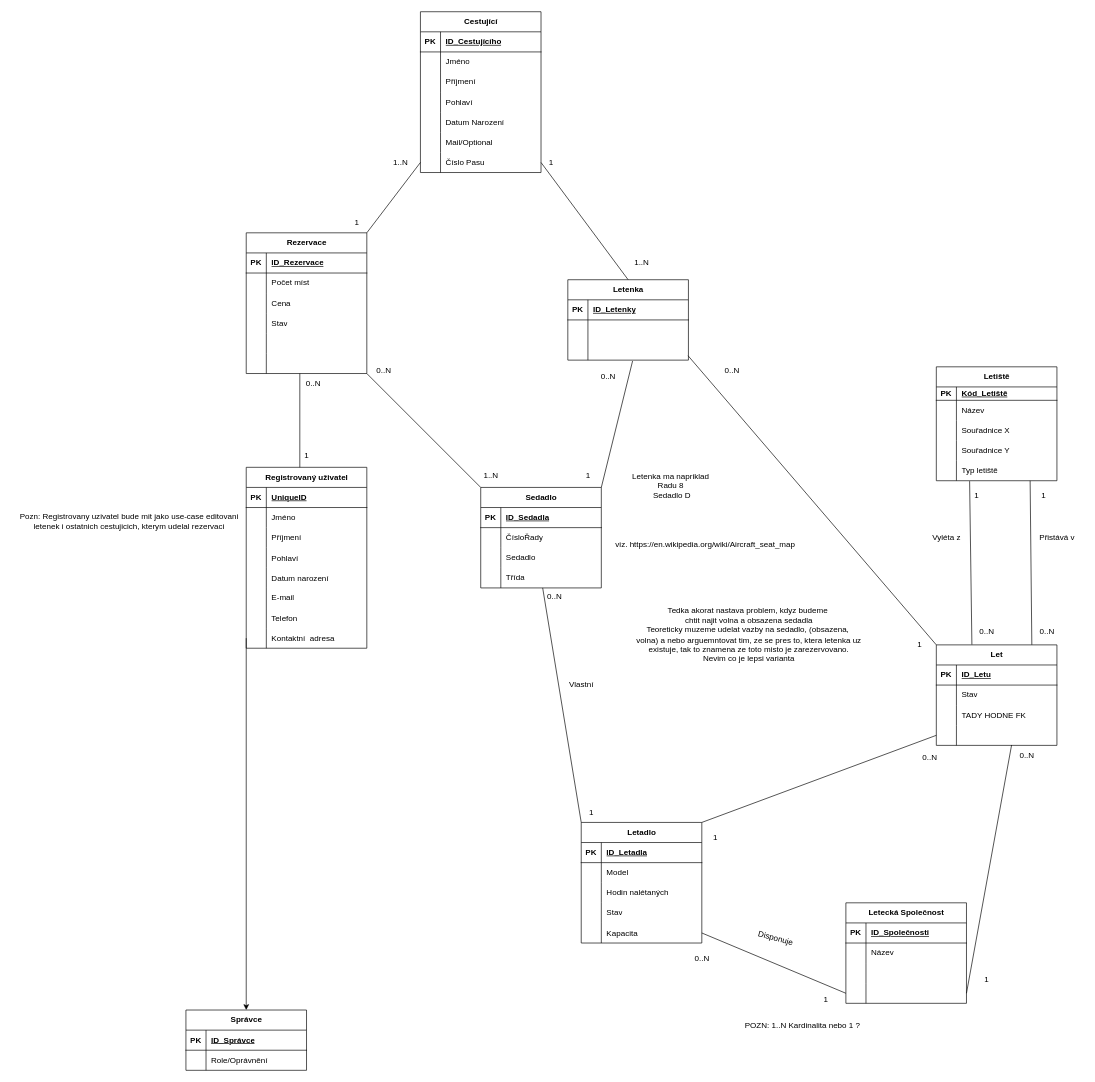
Earlier version of the draw.io diagram ER.drawio (Vacko32/IDSProject). Source tidied: cells renumbered, new cells numbered last; positions are measured from the earlier drawing's top-left corner, leaving out a move shared by most shapes. Both pictures are drawn from the tidied source at 67%, with x=0, y=0 at pixel (11, 11).
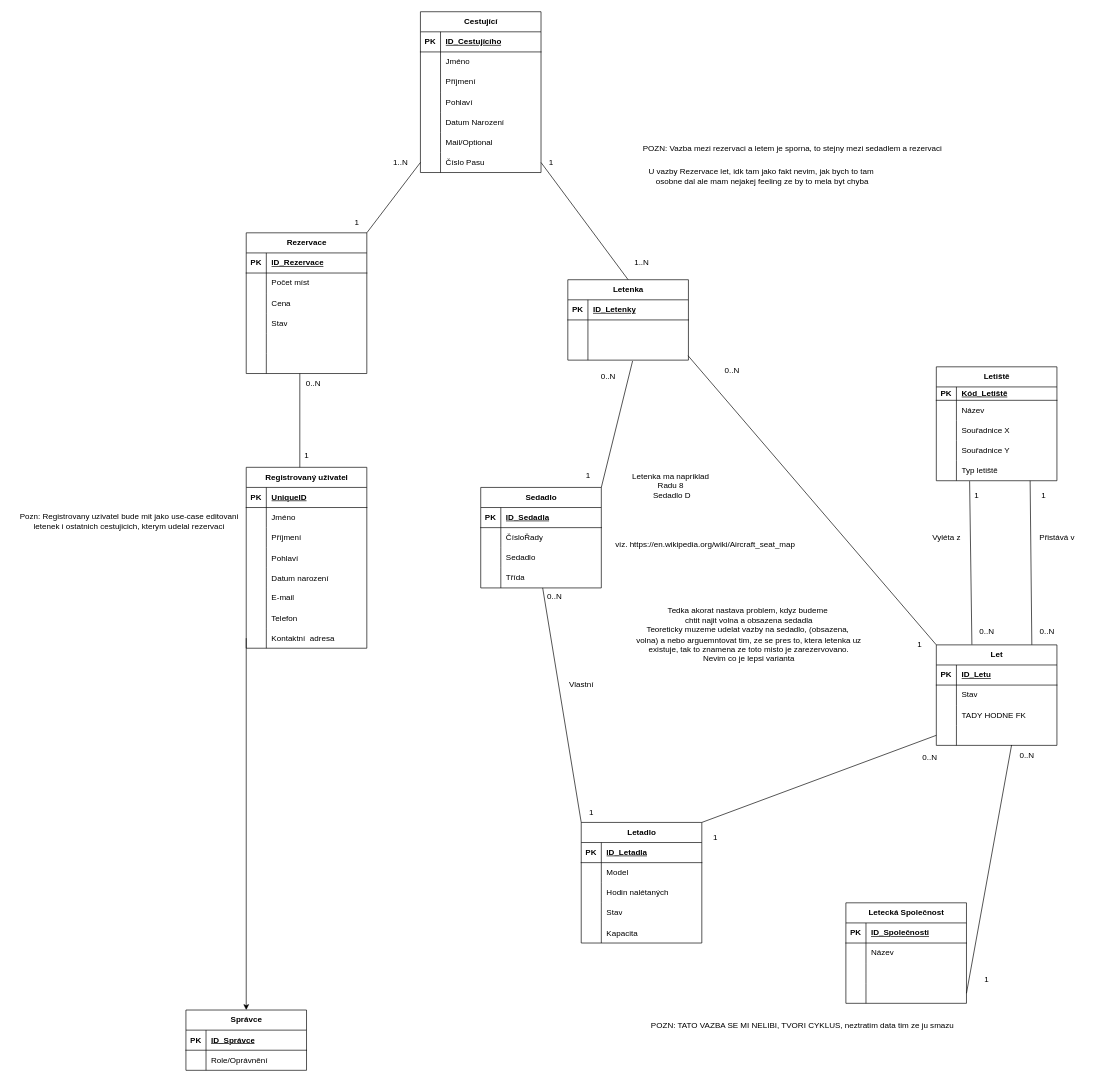
Above is the later version.

Commit message:
Deleted linkage between "Rezervace" and "Sedadlo"

Unchanged cells that the change refers to:
```xml
<mxCell id="22" style="shape=tableRow;horizontal=0;startSize=0;swimlaneHead=0;swimlaneBody=0;fillColor=none;points=[[0,0.5],[1,0.5]];portConstraint=eastwest;top=0;left=0;right=0;bottom=0;" parent="12" vertex="1">
  <mxGeometry y="120" width="180" height="30" as="geometry" />
</mxCell>
<mxCell id="38" style="shape=tableRow;horizontal=0;startSize=0;swimlaneHead=0;swimlaneBody=0;fillColor=none;points=[[0,0.5],[1,0.5]];portConstraint=eastwest;top=0;left=0;right=0;bottom=0;" parent="25" vertex="1">
  <mxGeometry y="150" width="180" height="30" as="geometry" />
</mxCell>
<mxCell id="154" value="Sedadlo" style="shape=table;startSize=30;childLayout=tableLayout;rowLines=0;fontStyle=1;align=center;html=1;" parent="1" vertex="1">
  <mxGeometry x="700" y="710" width="180" height="150" as="geometry" />
</mxCell>
```

What changed in the source:
```diff
@@
-    <mxCell id="147" style="endArrow=none;html=1;rounded=0;entryX=0;entryY=0.5;entryDx=0;entryDy=0;exitX=1;exitY=0.5;exitDx=0;exitDy=0;" parent="1" edge="1" source="38" target="22">
-      <mxGeometry relative="1" as="geometry" />
-    </mxCell>
-    <mxCell id="148" value="Disponuje" style="text;html=1;align=center;verticalAlign=middle;strokeColor=none;fillColor=none;rotation=15;" parent="1" vertex="1">
-      <mxGeometry x="1100" y="1368" width="80" height="30" as="geometry" />
-    </mxCell>
-    <mxCell id="149" value="0..N" style="text;html=1;align=center;verticalAlign=middle;strokeColor=none;fillColor=none;" parent="1" vertex="1">
-      <mxGeometry x="1005" y="1398" width="50" height="30" as="geometry" />
-    </mxCell>
-    <mxCell id="150" value="1" style="text;html=1;align=center;verticalAlign=middle;strokeColor=none;fillColor=none;" parent="1" vertex="1">
-      <mxGeometry x="1200" y="1460" width="30" height="30" as="geometry" />
-    </mxCell>
-    <mxCell id="151" value="POZN: 1..N Kardinalita nebo 1 ?" style="text;html=1;align=center;verticalAlign=middle;strokeColor=none;fillColor=none;" parent="1" vertex="1">
-      <mxGeometry x="1080" y="1498" width="200" height="30" as="geometry" />
+    <mxCell id="151" value="POZN: TATO VAZBA SE MI NELIBI, TVORI CYKLUS, neztratim data tim ze ju smazu" style="text;html=1;align=center;verticalAlign=middle;strokeColor=none;fillColor=none;" parent="1" vertex="1">
+      <mxGeometry x="940" y="1498" width="480" height="30" as="geometry" />
     </mxCell>
@@
-    <mxCell id="167" style="endArrow=none;html=1;rounded=0;entryX=0;entryY=0;entryDx=0;entryDy=0;" parent="1" edge="1" target="154">
-      <mxGeometry relative="1" as="geometry">
-        <mxPoint x="530" y="540" as="sourcePoint" />
-      </mxGeometry>
-    </mxCell>
@@
-    <mxCell id="200" value="&lt;blockquote style=&quot;margin: 0 0 0 40px; border: none; padding: 0px;&quot;&gt;0..N&lt;/blockquote&gt;" style="text;html=1;align=center;verticalAlign=middle;strokeColor=none;fillColor=none;" parent="1" vertex="1">
-      <mxGeometry x="490" y="520" width="90" height="30" as="geometry" />
-    </mxCell>
-    <mxCell id="201" value="1..N" style="text;html=1;align=center;verticalAlign=middle;strokeColor=none;fillColor=none;" parent="1" vertex="1">
-      <mxGeometry x="690" y="678" width="50" height="30" as="geometry" />
-    </mxCell>
+    <mxCell id="202" value="POZN: Vazba mezi rezervaci a letem je sporna, to stejny mezi sedadlem a rezervaci&lt;br&gt;" style="text;html=1;align=center;verticalAlign=middle;strokeColor=none;fillColor=none;" parent="1" vertex="1">
+      <mxGeometry x="930" y="190" width="470" height="30" as="geometry" />
+    </mxCell>
+    <mxCell id="203" value="U vazby Rezervace let, idk tam jako fakt nevim, jak bych to tam&amp;nbsp;&lt;br&gt;osobne dal ale mam nejakej feeling ze by to mela byt chyba" style="text;html=1;align=center;verticalAlign=middle;strokeColor=none;fillColor=none;" parent="1" vertex="1">
+      <mxGeometry x="940" y="225" width="360" height="40" as="geometry" />
+    </mxCell>
```
